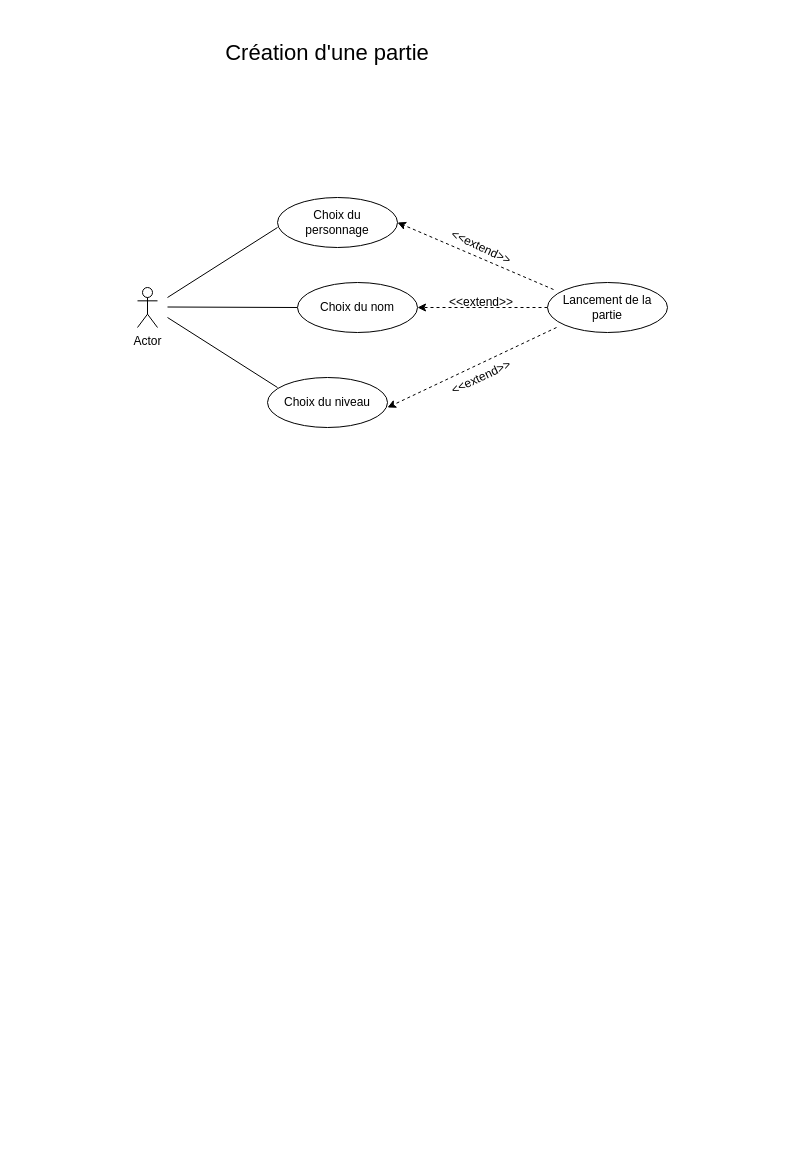
Earlier version of the draw.io diagram page "Page-1" (1 of 2) of DiagramCasUtilisation.drawio (BMaurice56/Tamagotchi). Source tidied: cells renumbered, new cells numbered last; positions are measured from the earlier drawing's top-left corner, leaving out a move shared by most shapes. Both pictures are drawn from the tidied source at 100%, with x=0, y=0 at pixel (137, 17).
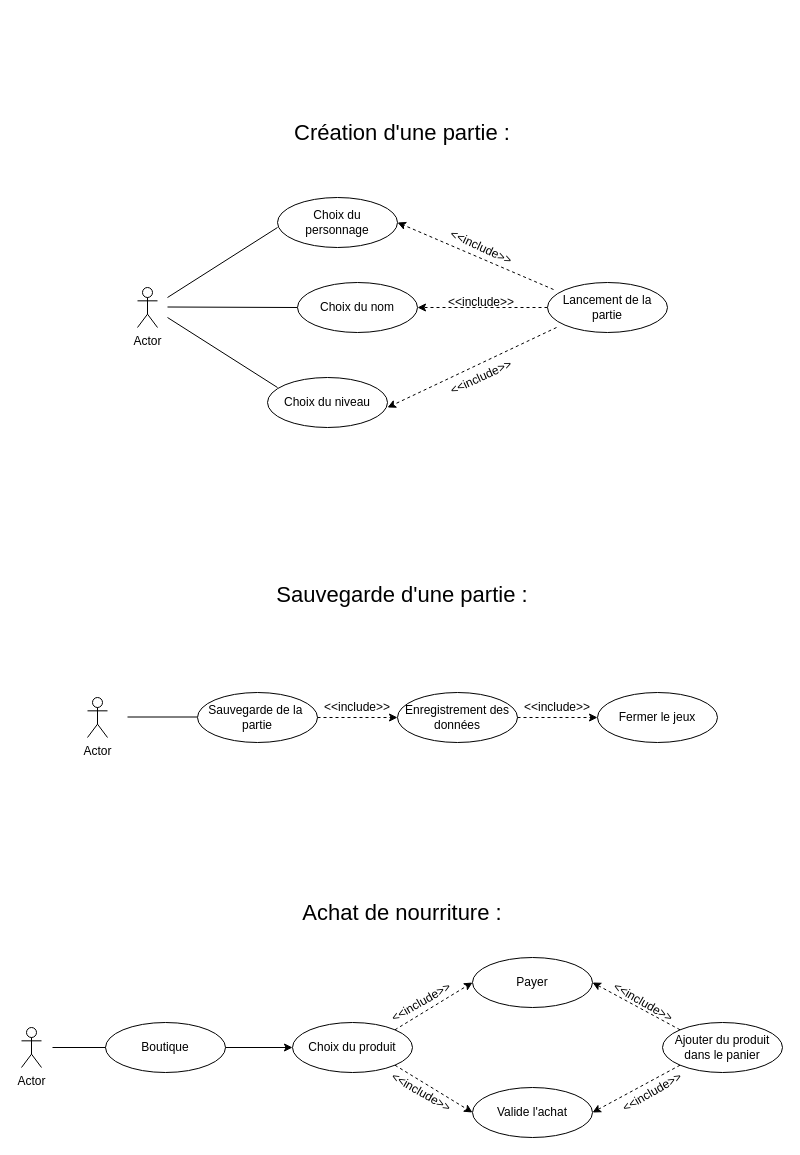
Above is the later version.

The edit, as a diff of the source:
```diff
@@
-    <mxCell id="5" value="&lt;font style=&quot;font-size: 22px;&quot;&gt;Création d'une partie&lt;/font&gt;" style="text;html=1;strokeColor=none;fillColor=none;align=center;verticalAlign=middle;whiteSpace=wrap;rounded=0;" parent="1" vertex="1">
-      <mxGeometry x="30" width="320" height="71.8" as="geometry" />
+    <mxCell id="5" value="&lt;font style=&quot;font-size: 22px;&quot;&gt;Création d'une partie :&lt;/font&gt;" style="text;html=1;strokeColor=none;fillColor=none;align=center;verticalAlign=middle;whiteSpace=wrap;rounded=0;" parent="1" vertex="1">
+      <mxGeometry x="105" y="80" width="320" height="71.8" as="geometry" />
     </mxCell>
@@
-    <mxCell id="15" value="&amp;lt;&amp;lt;extend&amp;gt;&amp;gt;" style="text;html=1;strokeColor=none;fillColor=none;align=center;verticalAlign=middle;whiteSpace=wrap;rounded=0;rotation=25;" parent="1" vertex="1">
+    <mxCell id="15" value="&amp;lt;&amp;lt;include&amp;gt;&amp;gt;" style="text;html=1;strokeColor=none;fillColor=none;align=center;verticalAlign=middle;whiteSpace=wrap;rounded=0;rotation=25;" parent="1" vertex="1">
       <mxGeometry x="314" y="210" width="60" height="40" as="geometry" />
     </mxCell>
-    <mxCell id="16" value="&amp;lt;&amp;lt;extend&amp;gt;&amp;gt;" style="text;html=1;strokeColor=none;fillColor=none;align=center;verticalAlign=middle;whiteSpace=wrap;rounded=0;rotation=0;" parent="1" vertex="1">
+    <mxCell id="16" value="&amp;lt;&amp;lt;include&amp;gt;&amp;gt;" style="text;html=1;strokeColor=none;fillColor=none;align=center;verticalAlign=middle;whiteSpace=wrap;rounded=0;rotation=0;" parent="1" vertex="1">
       <mxGeometry x="314" y="265" width="60" height="40" as="geometry" />
     </mxCell>
-    <mxCell id="17" value="&amp;lt;&amp;lt;extend&amp;gt;&amp;gt;" style="text;html=1;strokeColor=none;fillColor=none;align=center;verticalAlign=middle;whiteSpace=wrap;rounded=0;rotation=-25;" parent="1" vertex="1">
+    <mxCell id="17" value="&amp;lt;&amp;lt;include&amp;gt;&amp;gt;" style="text;html=1;strokeColor=none;fillColor=none;align=center;verticalAlign=middle;whiteSpace=wrap;rounded=0;rotation=-25;" parent="1" vertex="1">
       <mxGeometry x="314" y="340" width="60" height="40" as="geometry" />
     </mxCell>
+    <mxCell id="18" value="Actor" style="shape=umlActor;verticalLabelPosition=bottom;verticalAlign=top;html=1;" parent="1" vertex="1">
+      <mxGeometry x="-50" y="680" width="20" height="40" as="geometry" />
+    </mxCell>
+    <mxCell id="19" style="endArrow=none;html=1;rounded=0;" parent="1" edge="1">
+      <mxGeometry relative="1" as="geometry">
+        <mxPoint x="-10" y="699.5" as="sourcePoint" />
+        <mxPoint x="60" y="699.5" as="targetPoint" />
+      </mxGeometry>
+    </mxCell>
+    <mxCell id="20" value="Sauvegarde de la&amp;nbsp;&lt;br&gt;partie" style="ellipse;whiteSpace=wrap;html=1;" parent="1" vertex="1">
+      <mxGeometry x="60" y="675" width="120" height="50" as="geometry" />
+    </mxCell>
+    <mxCell id="21" value="Enregistrement des&lt;br&gt;données" style="ellipse;whiteSpace=wrap;html=1;" parent="1" vertex="1">
+      <mxGeometry x="260" y="675" width="120" height="50" as="geometry" />
+    </mxCell>
+    <mxCell id="22" value="Fermer le jeux" style="ellipse;whiteSpace=wrap;html=1;" parent="1" vertex="1">
+      <mxGeometry x="460" y="675" width="120" height="50" as="geometry" />
+    </mxCell>
+    <mxCell id="23" style="endArrow=classic;html=1;rounded=0;dashed=1;" parent="1" edge="1" source="20">
+      <mxGeometry relative="1" as="geometry">
+        <mxPoint x="260" y="700" as="targetPoint" />
+      </mxGeometry>
+    </mxCell>
+    <mxCell id="24" style="endArrow=classic;html=1;rounded=0;dashed=1;exitX=1;exitY=0.5;exitDx=0;exitDy=0;" parent="1" edge="1" source="21">
+      <mxGeometry relative="1" as="geometry">
+        <mxPoint x="460" y="700" as="targetPoint" />
+      </mxGeometry>
+    </mxCell>
+    <mxCell id="25" value="&amp;lt;&amp;lt;include&amp;gt;&amp;gt;" style="text;html=1;strokeColor=none;fillColor=none;align=center;verticalAlign=middle;whiteSpace=wrap;rounded=0;rotation=0;" parent="1" vertex="1">
+      <mxGeometry x="190" y="670" width="60" height="40" as="geometry" />
+    </mxCell>
+    <mxCell id="26" value="&amp;lt;&amp;lt;include&amp;gt;&amp;gt;" style="text;html=1;strokeColor=none;fillColor=none;align=center;verticalAlign=middle;whiteSpace=wrap;rounded=0;rotation=0;" parent="1" vertex="1">
+      <mxGeometry x="390" y="670" width="60" height="40" as="geometry" />
+    </mxCell>
+    <mxCell id="27" value="&lt;span style=&quot;font-size: 22px;&quot;&gt;Sauvegarde d'une partie :&lt;/span&gt;" style="text;html=1;strokeColor=none;fillColor=none;align=center;verticalAlign=middle;whiteSpace=wrap;rounded=0;" parent="1" vertex="1">
+      <mxGeometry x="105" y="542" width="320" height="71.8" as="geometry" />
+    </mxCell>
+    <mxCell id="28" value="Actor" style="shape=umlActor;verticalLabelPosition=bottom;verticalAlign=top;html=1;" parent="1" vertex="1">
+      <mxGeometry x="-116" y="1010" width="20" height="40" as="geometry" />
+    </mxCell>
+    <mxCell id="29" value="&lt;span style=&quot;font-size: 22px;&quot;&gt;Achat de nourriture :&lt;/span&gt;" style="text;html=1;strokeColor=none;fillColor=none;align=center;verticalAlign=middle;whiteSpace=wrap;rounded=0;" parent="1" vertex="1">
+      <mxGeometry x="104.5" y="860" width="320" height="71.8" as="geometry" />
+    </mxCell>
+    <mxCell id="30" value="Boutique" style="ellipse;whiteSpace=wrap;html=1;" parent="1" vertex="1">
+      <mxGeometry x="-32" y="1005" width="120" height="50" as="geometry" />
+    </mxCell>
+    <mxCell id="31" style="endArrow=none;html=1;rounded=0;entryX=0;entryY=0.5;entryDx=0;entryDy=0;" parent="1" edge="1" target="30">
+      <mxGeometry relative="1" as="geometry">
+        <mxPoint x="-85" y="1030" as="sourcePoint" />
+      </mxGeometry>
+    </mxCell>
+    <mxCell id="32" value="Choix du produit" style="ellipse;whiteSpace=wrap;html=1;" parent="1" vertex="1">
+      <mxGeometry x="155" y="1005" width="120" height="50" as="geometry" />
+    </mxCell>
+    <mxCell id="33" style="endArrow=classic;html=1;rounded=0;dashed=1;exitX=1;exitY=0;exitDx=0;exitDy=0;entryX=0;entryY=0.5;entryDx=0;entryDy=0;" parent="1" edge="1" source="32" target="35">
+      <mxGeometry relative="1" as="geometry" />
+    </mxCell>
+    <mxCell id="34" style="endArrow=classic;html=1;rounded=0;dashed=1;exitX=1;exitY=1;exitDx=0;exitDy=0;entryX=0;entryY=0.5;entryDx=0;entryDy=0;" parent="1" edge="1" source="32" target="36">
+      <mxGeometry relative="1" as="geometry" />
+    </mxCell>
+    <mxCell id="35" value="Payer" style="ellipse;whiteSpace=wrap;html=1;" parent="1" vertex="1">
+      <mxGeometry x="335" y="940" width="120" height="50" as="geometry" />
+    </mxCell>
+    <mxCell id="36" value="Valide l'achat" style="ellipse;whiteSpace=wrap;html=1;" parent="1" vertex="1">
+      <mxGeometry x="335" y="1070" width="120" height="50" as="geometry" />
+    </mxCell>
+    <mxCell id="37" value="&amp;lt;&amp;lt;include&amp;gt;&amp;gt;" style="text;html=1;strokeColor=none;fillColor=none;align=center;verticalAlign=middle;whiteSpace=wrap;rounded=0;rotation=-30;" parent="1" vertex="1">
+      <mxGeometry x="254" y="965" width="60" height="40" as="geometry" />
+    </mxCell>
+    <mxCell id="38" value="&amp;lt;&amp;lt;include&amp;gt;&amp;gt;" style="text;html=1;strokeColor=none;fillColor=none;align=center;verticalAlign=middle;whiteSpace=wrap;rounded=0;rotation=30;" parent="1" vertex="1">
+      <mxGeometry x="254" y="1055" width="60" height="40" as="geometry" />
+    </mxCell>
+    <mxCell id="39" value="Ajouter du produit&lt;br&gt;dans le panier" style="ellipse;whiteSpace=wrap;html=1;" parent="1" vertex="1">
+      <mxGeometry x="525" y="1005" width="120" height="50" as="geometry" />
+    </mxCell>
+    <mxCell id="40" style="endArrow=classic;html=1;rounded=0;dashed=1;exitX=0;exitY=0;exitDx=0;exitDy=0;entryX=1;entryY=0.5;entryDx=0;entryDy=0;" parent="1" edge="1" source="39" target="35">
+      <mxGeometry relative="1" as="geometry" />
+    </mxCell>
+    <mxCell id="41" style="endArrow=classic;html=1;rounded=0;dashed=1;exitX=0;exitY=1;exitDx=0;exitDy=0;entryX=1;entryY=0.5;entryDx=0;entryDy=0;" parent="1" edge="1" source="39" target="36">
+      <mxGeometry relative="1" as="geometry" />
+    </mxCell>
+    <mxCell id="42" value="&amp;lt;&amp;lt;include&amp;gt;&amp;gt;" style="text;html=1;strokeColor=none;fillColor=none;align=center;verticalAlign=middle;whiteSpace=wrap;rounded=0;rotation=30;" parent="1" vertex="1">
+      <mxGeometry x="476" y="965" width="60" height="40" as="geometry" />
+    </mxCell>
+    <mxCell id="43" value="&amp;lt;&amp;lt;include&amp;gt;&amp;gt;" style="text;html=1;strokeColor=none;fillColor=none;align=center;verticalAlign=middle;whiteSpace=wrap;rounded=0;rotation=-30;" parent="1" vertex="1">
+      <mxGeometry x="485" y="1055" width="60" height="40" as="geometry" />
+    </mxCell>
+    <mxCell id="44" style="endArrow=classic;html=1;rounded=0;exitX=1;exitY=0.5;exitDx=0;exitDy=0;entryX=0;entryY=0.5;entryDx=0;entryDy=0;" parent="1" edge="1" source="30" target="32">
+      <mxGeometry relative="1" as="geometry" />
+    </mxCell>
```
